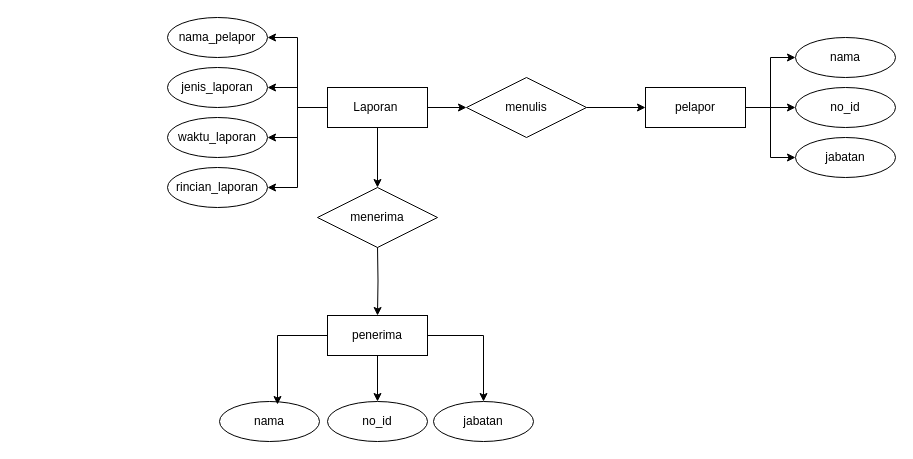
Before: Untitled Diagram.drawio in TioAdiTias/File-Tugas-Praktek-Kuliah, a draw.io diagram. Source tidied: cells renumbered, new cells numbered last; positions are measured from the earlier drawing's top-left corner, leaving out a move shared by most shapes. Both pictures are drawn from the tidied source at 100%, with x=0, y=0 at pixel (167, 17).
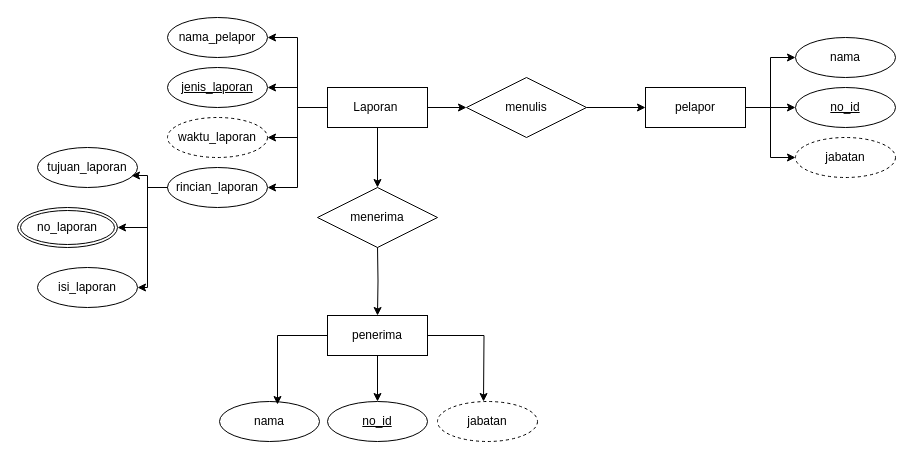
The same page after the edit.

The change refers to these unchanged cells:
```xml
<mxCell id="8" value="Laporan&amp;nbsp;" style="whiteSpace=wrap;html=1;align=center;" parent="1" vertex="1">
  <mxGeometry x="160" y="70" width="100" height="40" as="geometry" />
</mxCell>
<mxCell id="16" value="pelapor" style="whiteSpace=wrap;html=1;align=center;" parent="1" vertex="1">
  <mxGeometry x="478" y="70" width="100" height="40" as="geometry" />
</mxCell>
<mxCell id="19" value="penerima" style="whiteSpace=wrap;html=1;align=center;" parent="1" vertex="1">
  <mxGeometry x="160" y="298" width="100" height="40" as="geometry" />
</mxCell>
```

Diff of the diagram source:
```diff
@@
-    <mxCell id="3" style="edgeStyle=orthogonalEdgeStyle;rounded=0;jettySize=auto;html=1;entryX=1;entryY=0.5;entryDx=0;entryDy=0;" parent="1" edge="1" source="8" target="10">
-      <mxGeometry relative="1" as="geometry" />
-    </mxCell>
@@
+    <mxCell id="31" style="edgeStyle=orthogonalEdgeStyle;rounded=0;jettySize=auto;html=1;entryX=1;entryY=0.5;entryDx=0;entryDy=0;" parent="1" edge="1" source="8">
+      <mxGeometry relative="1" as="geometry">
+        <mxPoint x="100" y="170" as="targetPoint" />
+        <Array as="points">
+          <mxPoint x="130" y="90" />
+          <mxPoint x="130" y="170" />
+        </Array>
+      </mxGeometry>
+    </mxCell>
@@
-    <mxCell id="9" value="waktu_laporan" style="ellipse;whiteSpace=wrap;html=1;align=center;" parent="1" vertex="1">
-      <mxGeometry y="100" width="100" height="40" as="geometry" />
-    </mxCell>
-    <mxCell id="10" value="rincian_laporan" style="ellipse;whiteSpace=wrap;html=1;align=center;" parent="1" vertex="1">
-      <mxGeometry y="150" width="100" height="40" as="geometry" />
-    </mxCell>
@@
-    <mxCell id="12" value="jenis_laporan" style="ellipse;whiteSpace=wrap;html=1;align=center;" parent="1" vertex="1">
+    <mxCell id="12" value="&lt;u&gt;jenis_laporan&lt;/u&gt;" style="ellipse;whiteSpace=wrap;html=1;align=center;" parent="1" vertex="1">
       <mxGeometry y="50" width="100" height="40" as="geometry" />
     </mxCell>
@@
-    <mxCell id="14" style="edgeStyle=orthogonalEdgeStyle;rounded=0;jettySize=auto;html=1;entryX=0;entryY=0.5;entryDx=0;entryDy=0;" parent="1" edge="1" source="16" target="24">
-      <mxGeometry relative="1" as="geometry" />
-    </mxCell>
@@
+    <mxCell id="32" style="edgeStyle=orthogonalEdgeStyle;rounded=0;jettySize=auto;html=1;entryX=0;entryY=0.5;entryDx=0;entryDy=0;" parent="1" edge="1" source="16" target="33">
+      <mxGeometry relative="1" as="geometry" />
+    </mxCell>
@@
-    <mxCell id="18" style="edgeStyle=orthogonalEdgeStyle;rounded=0;jettySize=auto;html=1;" parent="1" edge="1" source="19" target="28">
-      <mxGeometry relative="1" as="geometry" />
+    <mxCell id="18" style="edgeStyle=orthogonalEdgeStyle;rounded=0;jettySize=auto;html=1;" parent="1" edge="1" source="19">
+      <mxGeometry relative="1" as="geometry">
+        <mxPoint x="316" y="384" as="targetPoint" />
+      </mxGeometry>
     </mxCell>
@@
-    <mxCell id="24" value="jabatan" style="ellipse;whiteSpace=wrap;html=1;align=center;" parent="1" vertex="1">
-      <mxGeometry x="628" y="120" width="100" height="40" as="geometry" />
-    </mxCell>
@@
-    <mxCell id="26" value="no_id" style="ellipse;whiteSpace=wrap;html=1;align=center;" parent="1" vertex="1">
+    <mxCell id="26" value="&lt;u&gt;no_id&lt;/u&gt;" style="ellipse;whiteSpace=wrap;html=1;align=center;" parent="1" vertex="1">
       <mxGeometry x="628" y="70" width="100" height="40" as="geometry" />
     </mxCell>
-    <mxCell id="27" value="no_id" style="ellipse;whiteSpace=wrap;html=1;align=center;" parent="1" vertex="1">
+    <mxCell id="27" value="&lt;u&gt;no_id&lt;/u&gt;" style="ellipse;whiteSpace=wrap;html=1;align=center;" parent="1" vertex="1">
       <mxGeometry x="160" y="384" width="100" height="40" as="geometry" />
     </mxCell>
-    <mxCell id="28" value="jabatan" style="ellipse;whiteSpace=wrap;html=1;align=center;" parent="1" vertex="1">
-      <mxGeometry x="266" y="384" width="100" height="40" as="geometry" />
-    </mxCell>
@@
+    <mxCell id="33" value="jabatan" style="ellipse;whiteSpace=wrap;html=1;align=center;dashed=1;" parent="1" vertex="1">
+      <mxGeometry x="628" y="120" width="100" height="40" as="geometry" />
+    </mxCell>
+    <mxCell id="34" value="jabatan" style="ellipse;whiteSpace=wrap;html=1;align=center;dashed=1;" parent="1" vertex="1">
+      <mxGeometry x="270" y="384" width="100" height="40" as="geometry" />
+    </mxCell>
+    <mxCell id="9" value="waktu_laporan" style="ellipse;whiteSpace=wrap;html=1;align=center;dashed=1;" parent="1" vertex="1">
+      <mxGeometry y="100" width="100" height="40" as="geometry" />
+    </mxCell>
+    <mxCell id="35" style="edgeStyle=orthogonalEdgeStyle;rounded=0;jettySize=auto;html=1;entryX=1;entryY=0.5;entryDx=0;entryDy=0;" parent="1" edge="1" source="10" target="38">
+      <mxGeometry relative="1" as="geometry">
+        <Array as="points">
+          <mxPoint x="-20" y="170" />
+          <mxPoint x="-20" y="270" />
+        </Array>
+      </mxGeometry>
+    </mxCell>
+    <mxCell id="36" style="edgeStyle=orthogonalEdgeStyle;rounded=0;jettySize=auto;html=1;entryX=1;entryY=0.5;entryDx=0;entryDy=0;" parent="1" edge="1" source="10" target="40">
+      <mxGeometry relative="1" as="geometry">
+        <Array as="points">
+          <mxPoint x="-20" y="170" />
+          <mxPoint x="-20" y="210" />
+        </Array>
+      </mxGeometry>
+    </mxCell>
+    <mxCell id="10" value="rincian_laporan" style="ellipse;whiteSpace=wrap;html=1;align=center;" parent="1" vertex="1">
+      <mxGeometry y="150" width="100" height="40" as="geometry" />
+    </mxCell>
+    <mxCell id="37" value="tujuan_laporan" style="ellipse;whiteSpace=wrap;html=1;align=center;" parent="1" vertex="1">
+      <mxGeometry x="-130" y="130" width="100" height="40" as="geometry" />
+    </mxCell>
+    <mxCell id="38" value="isi_laporan" style="ellipse;whiteSpace=wrap;html=1;align=center;" parent="1" vertex="1">
+      <mxGeometry x="-130" y="250" width="100" height="40" as="geometry" />
+    </mxCell>
+    <mxCell id="39" style="edgeStyle=orthogonalEdgeStyle;rounded=0;jettySize=auto;html=1;entryX=0.94;entryY=0.7;entryDx=0;entryDy=0;entryPerimeter=0;" parent="1" edge="1" source="10" target="37">
+      <mxGeometry relative="1" as="geometry" />
+    </mxCell>
+    <mxCell id="40" value="no_laporan" style="ellipse;shape=doubleEllipse;margin=3;whiteSpace=wrap;html=1;align=center;" parent="1" vertex="1">
+      <mxGeometry x="-150" y="190" width="100" height="40" as="geometry" />
+    </mxCell>
```
